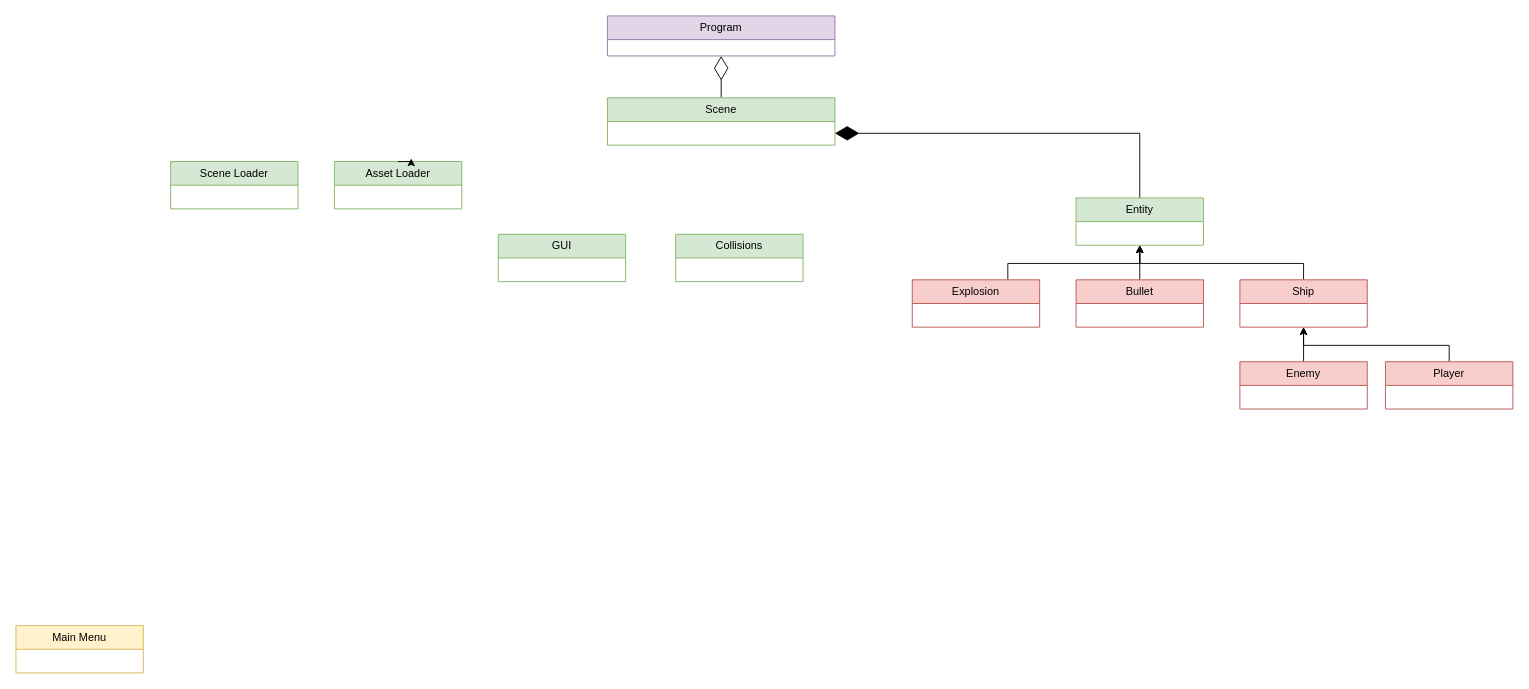
Earlier version of the draw.io diagram Invader.drawio (a26thoir/Invader-2.0). Source tidied: cells renumbered, new cells numbered last; positions are measured from the earlier drawing's top-left corner, leaving out a move shared by most shapes. Both pictures are drawn from the tidied source at 91%, with x=0, y=0 at pixel (15, 15).
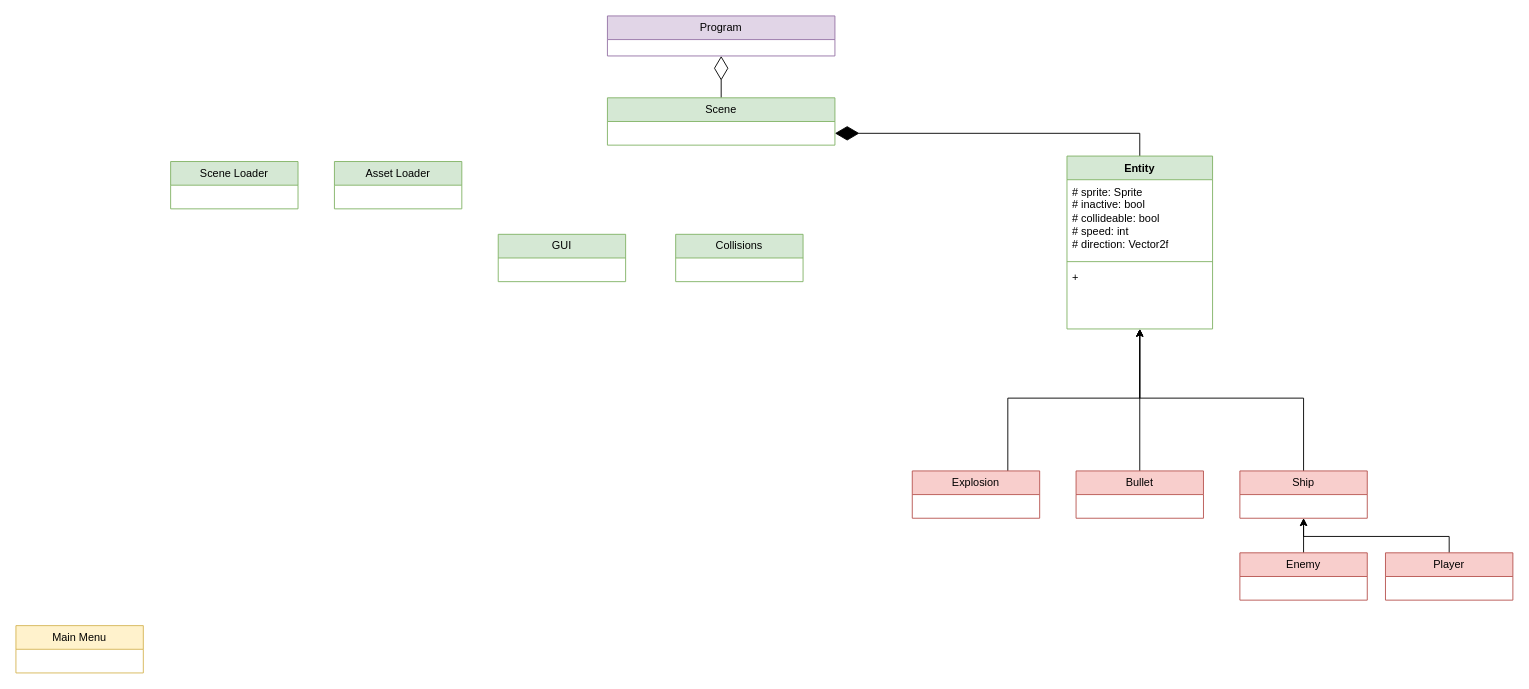
Above is the later version.

The change refers to these unchanged cells:
```xml
<mxCell id="8" value="Asset Loader" style="swimlane;fontStyle=0;horizontal=1;startSize=26;fillColor=#d5e8d4;whiteSpace=wrap;html=1;strokeColor=#82b366;" parent="1" vertex="1">
  <mxGeometry x="350" y="160" width="140" height="52" as="geometry" />
</mxCell>
```

Change to the diagram source:
```diff
@@
-    <mxCell id="6" value="Entity" style="swimlane;fontStyle=0;horizontal=1;startSize=26;fillColor=#d5e8d4;whiteSpace=wrap;html=1;strokeColor=#82b366;" parent="1" vertex="1">
-      <mxGeometry x="1165" y="200" width="140" height="52" as="geometry" />
+    <mxCell id="6" value="Entity" style="fontStyle=1;horizontal=1;startSize=26;fillColor=#d5e8d4;whiteSpace=wrap;html=1;strokeColor=#82b366;shape=swimlane;verticalAlign=top;" parent="1" vertex="1">
+      <mxGeometry x="1155" y="154" width="160" height="190" as="geometry" />
     </mxCell>
+    <mxCell id="24" value="# sprite: Sprite&lt;div&gt;# inactive: bool&lt;/div&gt;&lt;div&gt;# collideable: bool&lt;/div&gt;&lt;div&gt;# speed: int&lt;/div&gt;&lt;div&gt;# direction: Vector2f&lt;/div&gt;" style="text;strokeColor=none;fillColor=none;align=left;verticalAlign=top;spacingLeft=4;spacingRight=4;overflow=hidden;whiteSpace=wrap;html=1;" parent="6" vertex="1">
+      <mxGeometry y="26" width="160" height="86" as="geometry" />
+    </mxCell>
+    <mxCell id="25" style="line;strokeWidth=1;fillColor=none;align=left;verticalAlign=middle;spacingTop=-1;spacingLeft=3;spacingRight=3;labelPosition=right;strokeColor=inherit;labelPerimeter=1;" parent="6" vertex="1">
+      <mxGeometry y="112" width="160" height="8" as="geometry" />
+    </mxCell>
+    <mxCell id="26" value="+&amp;nbsp;" style="text;strokeColor=none;fillColor=none;align=left;verticalAlign=top;spacingLeft=4;spacingRight=4;overflow=hidden;whiteSpace=wrap;html=1;" parent="6" vertex="1">
+      <mxGeometry y="120" width="160" height="70" as="geometry" />
+    </mxCell>
@@
     <mxCell id="9" style="edgeStyle=orthogonalEdgeStyle;rounded=0;jettySize=auto;html=1;exitX=0.5;exitY=0;exitDx=0;exitDy=0;entryX=0.5;entryY=1;entryDx=0;entryDy=0;defaultLabelBackgroundColor=page;" parent="1" edge="1" source="10" target="6">
       <mxGeometry x="-0.01" relative="1" as="geometry">
         <Array as="points">
-          <mxPoint x="1415" y="272" />
-          <mxPoint x="1235" y="272" />
+          <mxPoint x="1415" y="420" />
+          <mxPoint x="1235" y="420" />
         </Array>
       </mxGeometry>
     </mxCell>
     <mxCell id="10" value="Ship" style="swimlane;fontStyle=0;horizontal=1;startSize=26;fillColor=#f8cecc;whiteSpace=wrap;html=1;strokeColor=#b85450;" parent="1" vertex="1">
-      <mxGeometry x="1345" y="290" width="140" height="52" as="geometry" />
+      <mxGeometry x="1345" y="500" width="140" height="52" as="geometry" />
     </mxCell>
     <mxCell id="11" style="edgeStyle=orthogonalEdgeStyle;rounded=0;jettySize=auto;html=1;exitX=0.5;exitY=0;exitDx=0;exitDy=0;entryX=0.5;entryY=1;entryDx=0;entryDy=0;defaultLabelBackgroundColor=page;" parent="1" edge="1" source="12" target="10">
       <mxGeometry relative="1" as="geometry">
         <Array as="points">
-          <mxPoint x="1575" y="362" />
-          <mxPoint x="1415" y="362" />
+          <mxPoint x="1575" y="572" />
+          <mxPoint x="1415" y="572" />
         </Array>
       </mxGeometry>
     </mxCell>
     <mxCell id="12" value="Player" style="swimlane;fontStyle=0;horizontal=1;startSize=26;fillColor=#f8cecc;whiteSpace=wrap;html=1;strokeColor=#b85450;" parent="1" vertex="1">
-      <mxGeometry x="1505" y="380" width="140" height="52" as="geometry" />
+      <mxGeometry x="1505" y="590" width="140" height="52" as="geometry" />
     </mxCell>
@@
     <mxCell id="14" value="Enemy" style="swimlane;fontStyle=0;horizontal=1;startSize=26;fillColor=#f8cecc;whiteSpace=wrap;html=1;strokeColor=#b85450;" parent="1" vertex="1">
-      <mxGeometry x="1345" y="380" width="140" height="52" as="geometry" />
+      <mxGeometry x="1345" y="590" width="140" height="52" as="geometry" />
     </mxCell>
@@
     <mxCell id="16" value="Bullet" style="swimlane;fontStyle=0;horizontal=1;startSize=26;fillColor=#f8cecc;whiteSpace=wrap;html=1;strokeColor=#b85450;" parent="1" vertex="1">
-      <mxGeometry x="1165" y="290" width="140" height="52" as="geometry" />
+      <mxGeometry x="1165" y="500" width="140" height="52" as="geometry" />
     </mxCell>
@@
     <mxCell id="19" style="edgeStyle=orthogonalEdgeStyle;rounded=0;jettySize=auto;html=1;exitX=0.75;exitY=0;exitDx=0;exitDy=0;entryX=0.5;entryY=1;entryDx=0;entryDy=0;defaultLabelBackgroundColor=page;" parent="1" edge="1" source="20" target="6">
       <mxGeometry x="-0.02" relative="1" as="geometry">
         <Array as="points">
-          <mxPoint x="1090" y="272" />
-          <mxPoint x="1235" y="272" />
+          <mxPoint x="1090" y="420" />
+          <mxPoint x="1235" y="420" />
         </Array>
       </mxGeometry>
     </mxCell>
     <mxCell id="20" value="Explosion" style="swimlane;fontStyle=0;horizontal=1;startSize=26;fillColor=#f8cecc;whiteSpace=wrap;html=1;strokeColor=#b85450;" parent="1" vertex="1">
-      <mxGeometry x="985" y="290" width="140" height="52" as="geometry" />
+      <mxGeometry x="985" y="500" width="140" height="52" as="geometry" />
     </mxCell>
@@
-    <mxCell id="23" style="edgeStyle=orthogonalEdgeStyle;rounded=0;orthogonalLoop=1;jettySize=auto;html=1;innerLoopWaypoints=1;exitX=0.5;exitY=0;exitDx=0;exitDy=0;entryX=0.603;entryY=-0.065;entryDx=0;entryDy=0;entryPerimeter=0;defaultLabelBackgroundColor=page;" parent="1" edge="1" source="8" target="8">
-      <mxGeometry relative="1" as="geometry" />
-    </mxCell>
```
